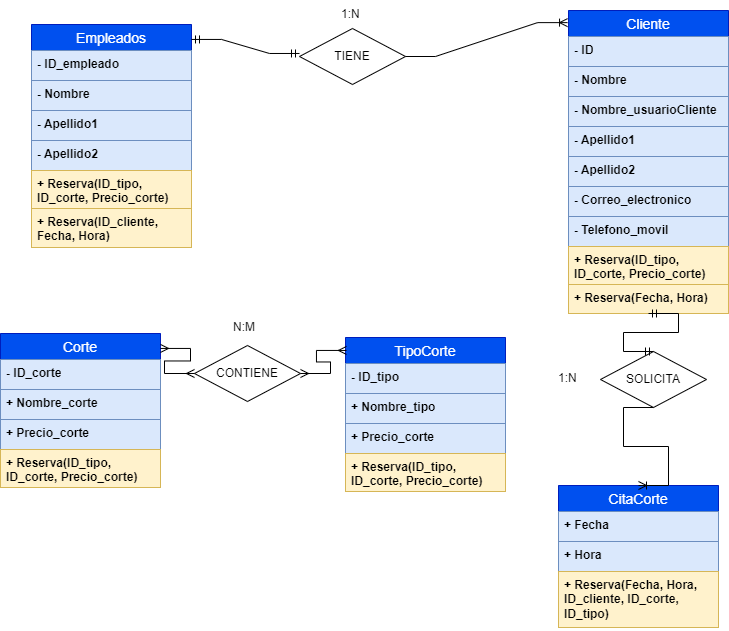
Before: doc/diagrama_clases/DrawIO/DiagramaClases.png, a diagram exported from draw.io (Jorgeev27/Servicio-Peluqueria). Source tidied: cells renumbered, new cells last; positions are measured from the earlier drawing's top-left corner, leaving out a move shared by most shapes. Its diagram source:
```xml
<mxGraphModel background="#FFFFFF">
  <root>
    <mxCell id="0" />
    <mxCell id="1" parent="0" />
    <mxCell id="2" style="shape=tableRow;horizontal=0;startSize=0;swimlaneHead=0;swimlaneBody=0;fillColor=none;top=0;left=0;right=0;bottom=0;" parent="1" vertex="1">
      <mxGeometry x="119" y="303" width="180" height="30" as="geometry" />
    </mxCell>
    <mxCell id="3" style="shape=partialRectangle;fillColor=none;top=0;left=0;bottom=0;right=0;overflow=hidden;whiteSpace=wrap;html=1;" parent="2" vertex="1">
      <mxGeometry width="30" height="30" as="geometry" />
    </mxCell>
    <mxCell id="4" value="Empleados" style="swimlane;fontStyle=0;horizontal=1;startSize=26;align=center;fontSize=14;labelBackgroundColor=none;labelBorderColor=none;fillColor=#0050ef;strokeColor=#001DBC;fontColor=#ffffff;" parent="1" vertex="1">
      <mxGeometry x="31" y="24" width="160" height="223" as="geometry" />
    </mxCell>
    <mxCell id="5" value="&lt;b&gt;- ID_empleado&lt;/b&gt;" style="text;strokeColor=#6c8ebf;fillColor=#dae8fc;spacingLeft=4;spacingRight=4;overflow=hidden;fontSize=12;whiteSpace=wrap;html=1;" parent="4" vertex="1">
      <mxGeometry y="26" width="160" height="30" as="geometry" />
    </mxCell>
    <mxCell id="6" value="&lt;b&gt;- Nombre&lt;/b&gt;" style="text;strokeColor=#6c8ebf;fillColor=#dae8fc;spacingLeft=4;spacingRight=4;overflow=hidden;fontSize=12;whiteSpace=wrap;html=1;" parent="4" vertex="1">
      <mxGeometry y="56" width="160" height="30" as="geometry" />
    </mxCell>
    <mxCell id="7" value="&lt;b&gt;- Apellido1&lt;/b&gt;" style="text;strokeColor=#6c8ebf;fillColor=#dae8fc;spacingLeft=4;spacingRight=4;overflow=hidden;fontSize=12;whiteSpace=wrap;html=1;" parent="4" vertex="1">
      <mxGeometry y="86" width="160" height="30" as="geometry" />
    </mxCell>
    <mxCell id="8" value="&lt;b&gt;- Apellido2&lt;/b&gt;" style="text;strokeColor=#6c8ebf;fillColor=#dae8fc;spacingLeft=4;spacingRight=4;overflow=hidden;fontSize=12;whiteSpace=wrap;html=1;" parent="4" vertex="1">
      <mxGeometry y="116" width="160" height="30" as="geometry" />
    </mxCell>
    <mxCell id="9" value="&lt;b&gt;+ Reserva(ID_tipo, ID_corte, Precio_corte)&lt;/b&gt;" style="text;strokeColor=#d6b656;fillColor=#fff2cc;spacingLeft=4;spacingRight=4;overflow=hidden;fontSize=12;whiteSpace=wrap;html=1;" parent="4" vertex="1">
      <mxGeometry y="146" width="160" height="38" as="geometry" />
    </mxCell>
    <mxCell id="10" value="&lt;b&gt;+ Reserva(ID_cliente, Fecha, Hora)&lt;/b&gt;" style="text;strokeColor=#d6b656;fillColor=#fff2cc;spacingLeft=4;spacingRight=4;overflow=hidden;fontSize=12;whiteSpace=wrap;html=1;" parent="4" vertex="1">
      <mxGeometry y="184" width="160" height="39" as="geometry" />
    </mxCell>
    <mxCell id="11" value="Cliente" style="swimlane;fontStyle=0;horizontal=1;startSize=26;align=center;fontSize=14;labelBackgroundColor=none;labelBorderColor=none;fillColor=#0050ef;strokeColor=#001DBC;fontColor=#ffffff;" parent="1" vertex="1">
      <mxGeometry x="568" y="10" width="160" height="303" as="geometry" />
    </mxCell>
    <mxCell id="12" value="&lt;b&gt;- ID&lt;/b&gt;" style="text;strokeColor=#6c8ebf;fillColor=#dae8fc;spacingLeft=4;spacingRight=4;overflow=hidden;fontSize=12;whiteSpace=wrap;html=1;" parent="11" vertex="1">
      <mxGeometry y="26" width="160" height="30" as="geometry" />
    </mxCell>
    <mxCell id="13" value="&lt;b&gt;- Nombre&lt;/b&gt;" style="text;strokeColor=#6c8ebf;fillColor=#dae8fc;spacingLeft=4;spacingRight=4;overflow=hidden;fontSize=12;whiteSpace=wrap;html=1;" parent="11" vertex="1">
      <mxGeometry y="56" width="160" height="30" as="geometry" />
    </mxCell>
    <mxCell id="14" value="&lt;b&gt;- Nombre_usuarioCliente&lt;/b&gt;" style="text;strokeColor=#6c8ebf;fillColor=#dae8fc;spacingLeft=4;spacingRight=4;overflow=hidden;fontSize=12;whiteSpace=wrap;html=1;" parent="11" vertex="1">
      <mxGeometry y="86" width="160" height="30" as="geometry" />
    </mxCell>
    <mxCell id="15" value="&lt;b&gt;- Apellido1&lt;/b&gt;" style="text;strokeColor=#6c8ebf;fillColor=#dae8fc;spacingLeft=4;spacingRight=4;overflow=hidden;fontSize=12;whiteSpace=wrap;html=1;" parent="11" vertex="1">
      <mxGeometry y="116" width="160" height="30" as="geometry" />
    </mxCell>
    <mxCell id="16" value="&lt;b&gt;- Apellido2&lt;/b&gt;" style="text;strokeColor=#6c8ebf;fillColor=#dae8fc;spacingLeft=4;spacingRight=4;overflow=hidden;fontSize=12;whiteSpace=wrap;html=1;" parent="11" vertex="1">
      <mxGeometry y="146" width="160" height="30" as="geometry" />
    </mxCell>
    <mxCell id="17" value="&lt;b&gt;- Correo_electronico&lt;/b&gt;" style="text;strokeColor=#6c8ebf;fillColor=#dae8fc;spacingLeft=4;spacingRight=4;overflow=hidden;fontSize=12;whiteSpace=wrap;html=1;" parent="11" vertex="1">
      <mxGeometry y="176" width="160" height="30" as="geometry" />
    </mxCell>
    <mxCell id="18" value="&lt;b&gt;- Telefono_movil&lt;/b&gt;" style="text;strokeColor=#6c8ebf;fillColor=#dae8fc;spacingLeft=4;spacingRight=4;overflow=hidden;fontSize=12;whiteSpace=wrap;html=1;" parent="11" vertex="1">
      <mxGeometry y="206" width="160" height="30" as="geometry" />
    </mxCell>
    <mxCell id="19" value="&lt;b&gt;+ Reserva(ID_tipo, ID_corte, Precio_corte)&lt;/b&gt;" style="text;strokeColor=#d6b656;fillColor=#fff2cc;spacingLeft=4;spacingRight=4;overflow=hidden;fontSize=12;whiteSpace=wrap;html=1;" parent="11" vertex="1">
      <mxGeometry y="236" width="160" height="38" as="geometry" />
    </mxCell>
    <mxCell id="20" value="&lt;b&gt;+ Reserva(Fecha, Hora)&lt;/b&gt;" style="text;strokeColor=#d6b656;fillColor=#fff2cc;spacingLeft=4;spacingRight=4;overflow=hidden;fontSize=12;whiteSpace=wrap;html=1;" parent="11" vertex="1">
      <mxGeometry y="274" width="160" height="29" as="geometry" />
    </mxCell>
    <mxCell id="21" value="Corte" style="swimlane;fontStyle=0;horizontal=1;startSize=26;align=center;fontSize=14;labelBackgroundColor=none;labelBorderColor=none;fillColor=#0050ef;strokeColor=#001DBC;fontColor=#ffffff;" parent="1" vertex="1">
      <mxGeometry y="333" width="160" height="154" as="geometry" />
    </mxCell>
    <mxCell id="22" value="&lt;b&gt;- ID_corte&lt;/b&gt;" style="text;strokeColor=#6c8ebf;fillColor=#dae8fc;spacingLeft=4;spacingRight=4;overflow=hidden;fontSize=12;whiteSpace=wrap;html=1;" parent="21" vertex="1">
      <mxGeometry y="26" width="160" height="30" as="geometry" />
    </mxCell>
    <mxCell id="23" value="&lt;b&gt;+ Nombre_corte&lt;/b&gt;" style="text;strokeColor=#6c8ebf;fillColor=#dae8fc;spacingLeft=4;spacingRight=4;overflow=hidden;fontSize=12;whiteSpace=wrap;html=1;" parent="21" vertex="1">
      <mxGeometry y="56" width="160" height="30" as="geometry" />
    </mxCell>
    <mxCell id="24" value="&lt;b&gt;+ Precio_corte&lt;/b&gt;" style="text;strokeColor=#6c8ebf;fillColor=#dae8fc;spacingLeft=4;spacingRight=4;overflow=hidden;fontSize=12;whiteSpace=wrap;html=1;" parent="21" vertex="1">
      <mxGeometry y="86" width="160" height="30" as="geometry" />
    </mxCell>
    <mxCell id="25" value="&lt;b&gt;+ Reserva(ID_tipo, ID_corte, Precio_corte)&lt;/b&gt;" style="text;strokeColor=#d6b656;fillColor=#fff2cc;spacingLeft=4;spacingRight=4;overflow=hidden;fontSize=12;whiteSpace=wrap;html=1;" parent="21" vertex="1">
      <mxGeometry y="116" width="160" height="38" as="geometry" />
    </mxCell>
    <mxCell id="26" value="TipoCorte" style="swimlane;fontStyle=0;horizontal=1;startSize=26;align=center;fontSize=14;labelBackgroundColor=none;labelBorderColor=none;fillColor=#0050ef;strokeColor=#001DBC;fontColor=#ffffff;" parent="1" vertex="1">
      <mxGeometry x="345" y="337" width="160" height="154" as="geometry" />
    </mxCell>
    <mxCell id="27" value="&lt;b&gt;- ID_tipo&lt;/b&gt;" style="text;strokeColor=#6c8ebf;fillColor=#dae8fc;spacingLeft=4;spacingRight=4;overflow=hidden;fontSize=12;whiteSpace=wrap;html=1;" parent="26" vertex="1">
      <mxGeometry y="26" width="160" height="30" as="geometry" />
    </mxCell>
    <mxCell id="28" value="&lt;b&gt;+ Nombre_tipo&lt;/b&gt;" style="text;strokeColor=#6c8ebf;fillColor=#dae8fc;spacingLeft=4;spacingRight=4;overflow=hidden;fontSize=12;whiteSpace=wrap;html=1;" parent="26" vertex="1">
      <mxGeometry y="56" width="160" height="30" as="geometry" />
    </mxCell>
    <mxCell id="29" value="&lt;b&gt;+ Precio_corte&lt;/b&gt;" style="text;strokeColor=#6c8ebf;fillColor=#dae8fc;spacingLeft=4;spacingRight=4;overflow=hidden;fontSize=12;whiteSpace=wrap;html=1;" parent="26" vertex="1">
      <mxGeometry y="86" width="160" height="30" as="geometry" />
    </mxCell>
    <mxCell id="30" value="&lt;b&gt;+ Reserva(ID_tipo, ID_corte, Precio_corte)&lt;/b&gt;" style="text;strokeColor=#d6b656;fillColor=#fff2cc;spacingLeft=4;spacingRight=4;overflow=hidden;fontSize=12;whiteSpace=wrap;html=1;" parent="26" vertex="1">
      <mxGeometry y="116" width="160" height="38" as="geometry" />
    </mxCell>
    <mxCell id="31" value="CitaCorte" style="swimlane;fontStyle=0;horizontal=1;startSize=26;align=center;fontSize=14;labelBackgroundColor=none;labelBorderColor=none;fillColor=#0050ef;strokeColor=#001DBC;fontColor=#ffffff;" parent="1" vertex="1">
      <mxGeometry x="558" y="485" width="160" height="142" as="geometry" />
    </mxCell>
    <mxCell id="32" value="&lt;b&gt;+ Fecha&lt;/b&gt;" style="text;strokeColor=#6c8ebf;fillColor=#dae8fc;spacingLeft=4;spacingRight=4;overflow=hidden;fontSize=12;whiteSpace=wrap;html=1;" parent="31" vertex="1">
      <mxGeometry y="26" width="160" height="30" as="geometry" />
    </mxCell>
    <mxCell id="33" value="&lt;b&gt;+ Hora&lt;/b&gt;" style="text;strokeColor=#6c8ebf;fillColor=#dae8fc;spacingLeft=4;spacingRight=4;overflow=hidden;fontSize=12;whiteSpace=wrap;html=1;" parent="31" vertex="1">
      <mxGeometry y="56" width="160" height="30" as="geometry" />
    </mxCell>
    <mxCell id="34" value="&lt;b&gt;+ Reserva(Fecha, Hora, ID_cliente, ID_corte, ID_tipo)&lt;/b&gt;" style="text;strokeColor=#d6b656;fillColor=#fff2cc;spacingLeft=4;spacingRight=4;overflow=hidden;fontSize=12;whiteSpace=wrap;html=1;" parent="31" vertex="1">
      <mxGeometry y="86" width="160" height="56" as="geometry" />
    </mxCell>
    <mxCell id="35" value="TIENE" style="rhombus;whiteSpace=wrap;html=1;" parent="1" vertex="1">
      <mxGeometry x="299" y="28" width="106" height="56" as="geometry" />
    </mxCell>
    <mxCell id="36" style="edgeStyle=entityRelationEdgeStyle;fontSize=12;html=1;endArrow=ERoneToMany;rounded=0;entryX=-0.006;entryY=0.04;entryDx=0;entryDy=0;entryPerimeter=0;exitX=1;exitY=0.5;exitDx=0;exitDy=0;" parent="1" edge="1" source="35" target="11">
      <mxGeometry relative="1" as="geometry" />
    </mxCell>
    <mxCell id="37" style="edgeStyle=entityRelationEdgeStyle;fontSize=12;html=1;endArrow=ERmandOne;startArrow=ERmandOne;rounded=0;entryX=0;entryY=0.446;entryDx=0;entryDy=0;entryPerimeter=0;exitX=1;exitY=0.067;exitDx=0;exitDy=0;exitPerimeter=0;" parent="1" edge="1" source="4" target="35">
      <mxGeometry relative="1" as="geometry" />
    </mxCell>
    <mxCell id="38" value="1:N" style="text;strokeColor=none;fillColor=none;spacingLeft=4;spacingRight=4;overflow=hidden;fontSize=12;whiteSpace=wrap;html=1;" parent="1" vertex="1">
      <mxGeometry x="335" width="40" height="30" as="geometry" />
    </mxCell>
    <mxCell id="39" value="SOLICITA" style="rhombus;whiteSpace=wrap;html=1;" parent="1" vertex="1">
      <mxGeometry x="600" y="351" width="106" height="56" as="geometry" />
    </mxCell>
    <mxCell id="40" style="edgeStyle=entityRelationEdgeStyle;fontSize=12;html=1;endArrow=ERoneToMany;rounded=0;entryX=0.5;entryY=0;entryDx=0;entryDy=0;exitX=0.5;exitY=1;exitDx=0;exitDy=0;" parent="1" edge="1" source="39" target="31">
      <mxGeometry relative="1" as="geometry" />
    </mxCell>
    <mxCell id="41" style="edgeStyle=entityRelationEdgeStyle;fontSize=12;html=1;endArrow=ERmandOne;startArrow=ERmandOne;rounded=0;entryX=0.5;entryY=0;entryDx=0;entryDy=0;exitX=0.5;exitY=1;exitDx=0;exitDy=0;" parent="1" edge="1" source="11" target="39">
      <mxGeometry relative="1" as="geometry" />
    </mxCell>
    <mxCell id="42" value="1:N" style="text;strokeColor=none;fillColor=none;spacingLeft=4;spacingRight=4;overflow=hidden;fontSize=12;whiteSpace=wrap;html=1;" parent="1" vertex="1">
      <mxGeometry x="552" y="364" width="40" height="30" as="geometry" />
    </mxCell>
    <mxCell id="43" value="CONTIENE" style="rhombus;whiteSpace=wrap;html=1;" parent="1" vertex="1">
      <mxGeometry x="194" y="345" width="106" height="56" as="geometry" />
    </mxCell>
    <mxCell id="44" value="N:M" style="text;strokeColor=none;fillColor=none;spacingLeft=4;spacingRight=4;overflow=hidden;fontSize=12;whiteSpace=wrap;html=1;" parent="1" vertex="1">
      <mxGeometry x="227" y="313" width="40" height="30" as="geometry" />
    </mxCell>
    <mxCell id="45" style="edgeStyle=entityRelationEdgeStyle;fontSize=12;html=1;endArrow=ERmany;startArrow=ERmany;rounded=0;entryX=1;entryY=0.5;entryDx=0;entryDy=0;exitX=0.006;exitY=0.084;exitDx=0;exitDy=0;exitPerimeter=0;" parent="1" edge="1" source="26" target="43">
      <mxGeometry relative="1" as="geometry" />
    </mxCell>
    <mxCell id="46" style="edgeStyle=entityRelationEdgeStyle;fontSize=12;html=1;endArrow=ERmany;startArrow=ERmany;rounded=0;entryX=0;entryY=0.5;entryDx=0;entryDy=0;exitX=1;exitY=0.097;exitDx=0;exitDy=0;exitPerimeter=0;" parent="1" edge="1" source="21" target="43">
      <mxGeometry relative="1" as="geometry" />
    </mxCell>
  </root>
</mxGraphModel>
```
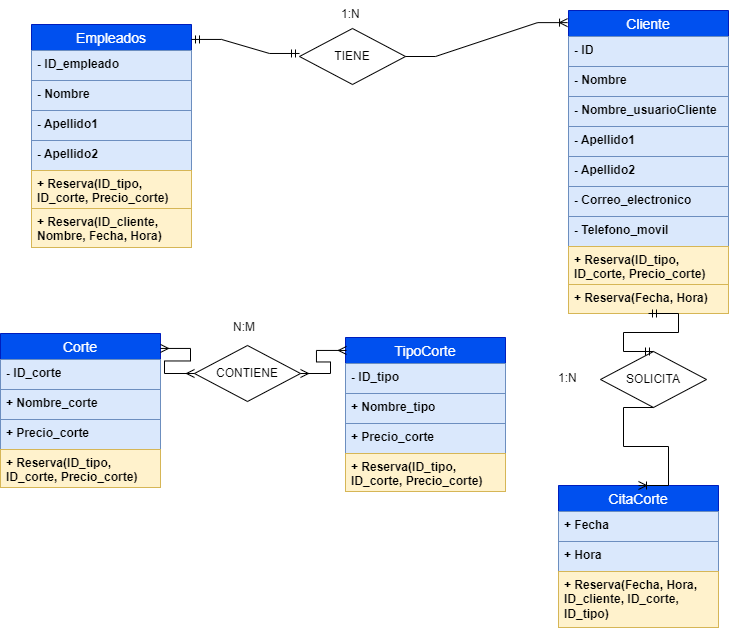
After the commit.

Change to the diagram source:
```diff
@@ -26,7 +26,7 @@
     <mxCell id="9" value="&lt;b&gt;+ Reserva(ID_tipo, ID_corte, Precio_corte)&lt;/b&gt;" style="text;strokeColor=#d6b656;fillColor=#fff2cc;spacingLeft=4;spacingRight=4;overflow=hidden;fontSize=12;whiteSpace=wrap;html=1;" parent="4" vertex="1">
       <mxGeometry y="146" width="160" height="38" as="geometry" />
     </mxCell>
-    <mxCell id="10" value="&lt;b&gt;+ Reserva(ID_cliente, Fecha, Hora)&lt;/b&gt;" style="text;strokeColor=#d6b656;fillColor=#fff2cc;spacingLeft=4;spacingRight=4;overflow=hidden;fontSize=12;whiteSpace=wrap;html=1;" parent="4" vertex="1">
+    <mxCell id="10" value="&lt;b&gt;+ Reserva(ID_cliente, Nombre, Fecha, Hora)&lt;/b&gt;" style="text;strokeColor=#d6b656;fillColor=#fff2cc;spacingLeft=4;spacingRight=4;overflow=hidden;fontSize=12;whiteSpace=wrap;html=1;" parent="4" vertex="1">
       <mxGeometry y="184" width="160" height="39" as="geometry" />
     </mxCell>
     <mxCell id="11" value="Cliente" style="swimlane;fontStyle=0;horizontal=1;startSize=26;align=center;fontSize=14;labelBackgroundColor=none;labelBorderColor=none;fillColor=#0050ef;strokeColor=#001DBC;fontColor=#ffffff;" parent="1" vertex="1">
```
